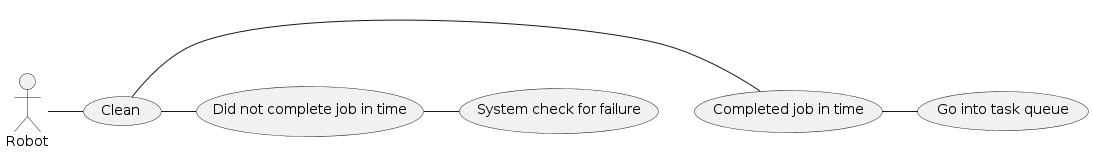
Before: docs/design/usecases/usecase8.png, a diagram exported from PlantUML (ur-cs-courses/course-project-catch-up).
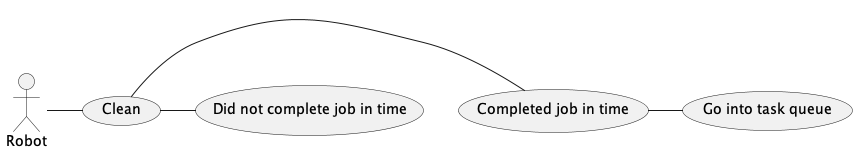
After the commit.

Commit message:
changed use case 8 so it does not involve other use cases and updated the png

Change to the diagram source:
```diff
@@ -6,14 +6,12 @@
 usecase "Completed job in time" as cj
 usecase "Go into task queue" as tq
 usecase "Did not complete job in time" as ncj
-usecase "System check for failure" as sc
 
 Robot - Clean
 Clean - cj
 cj - tq
 
 Clean - ncj
-ncj - sc
 
 
 @enduml
```
